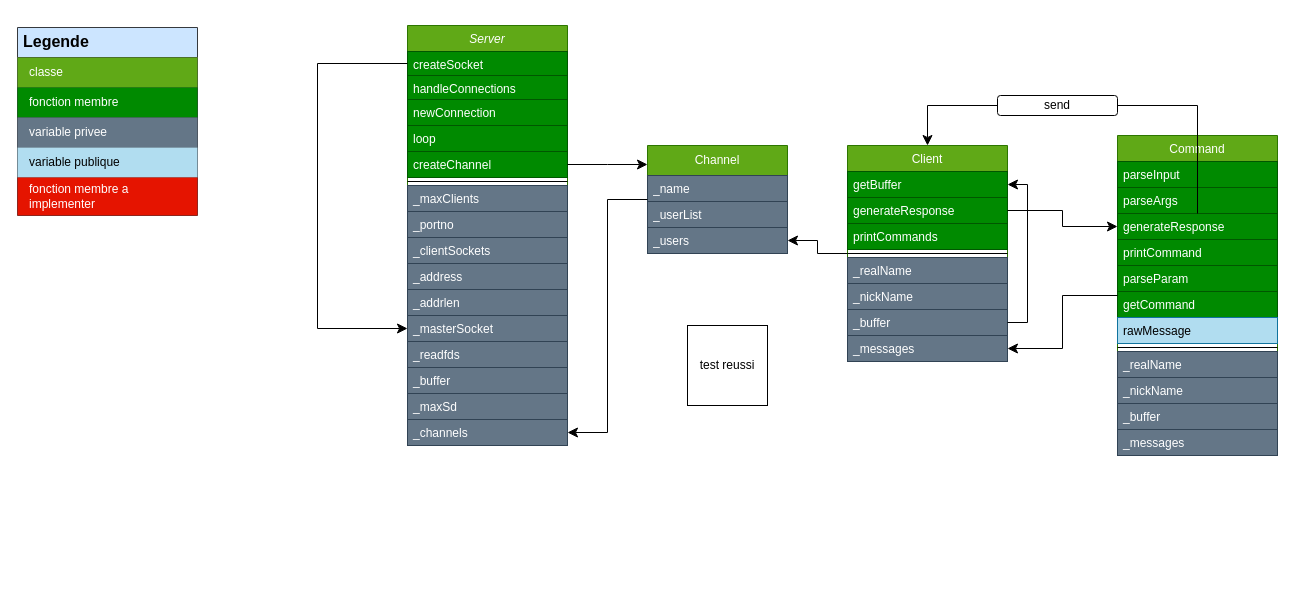
LucasLion/irc keeps this draw.io diagram as irc_diagram.drawio. Above is the earlier version. Source tidied: cells renumbered, new cells numbered last; positions are measured from the earlier drawing's top-left corner, leaving out a move shared by most shapes. Both pictures are drawn from the tidied source at 100%, with x=0, y=0 at pixel (17, 25).
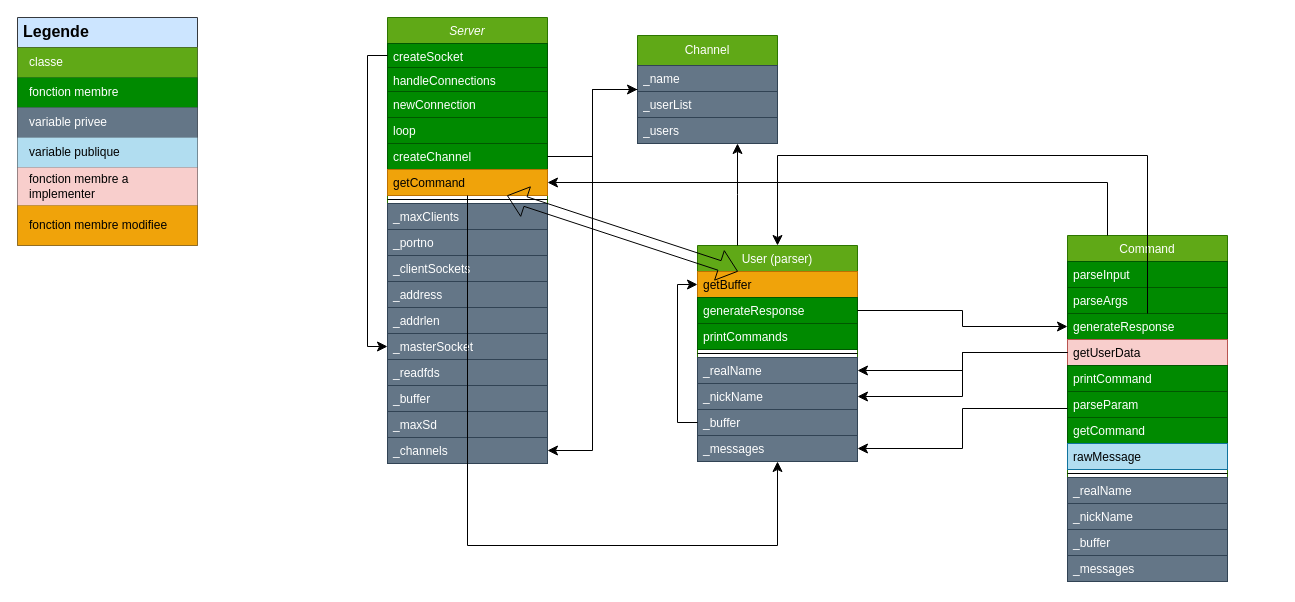
After the change.

Commit message:
Mettre à jour irc_diagram.drawio

The change refers to these unchanged cells:
```xml
<mxCell id="3" value="createSocket&#10;" style="text;align=left;verticalAlign=top;spacingLeft=4;spacingRight=4;overflow=hidden;points=[[0,0.5],[1,0.5]];portConstraint=eastwest;fillColor=#008a00;fontColor=#ffffff;strokeColor=#005700;" parent="2" vertex="1">
  <mxGeometry y="26" width="160" height="24" as="geometry" />
</mxCell>
<mxCell id="25" value="_realName" style="text;align=left;verticalAlign=top;spacingLeft=4;spacingRight=4;overflow=hidden;points=[[0,0.5],[1,0.5]];portConstraint=eastwest;rounded=0;shadow=0;html=0;fillColor=#647687;fontColor=#ffffff;strokeColor=#314354;" parent="20" vertex="1">
  <mxGeometry y="112" width="160" height="26" as="geometry" />
</mxCell>
<mxCell id="26" value="_nickName" style="text;align=left;verticalAlign=top;spacingLeft=4;spacingRight=4;overflow=hidden;points=[[0,0.5],[1,0.5]];portConstraint=eastwest;rounded=0;shadow=0;html=0;fillColor=#647687;fontColor=#ffffff;strokeColor=#314354;" parent="20" vertex="1">
  <mxGeometry y="138" width="160" height="26" as="geometry" />
</mxCell>
<mxCell id="27" value="_buffer" style="text;align=left;verticalAlign=top;spacingLeft=4;spacingRight=4;overflow=hidden;points=[[0,0.5],[1,0.5]];portConstraint=eastwest;rounded=0;shadow=0;html=0;fillColor=#647687;fontColor=#ffffff;strokeColor=#314354;" parent="20" vertex="1">
  <mxGeometry y="164" width="160" height="26" as="geometry" />
</mxCell>
<mxCell id="28" value="_messages" style="text;align=left;verticalAlign=top;spacingLeft=4;spacingRight=4;overflow=hidden;points=[[0,0.5],[1,0.5]];portConstraint=eastwest;rounded=0;shadow=0;html=0;fillColor=#647687;fontColor=#ffffff;strokeColor=#314354;" parent="20" vertex="1">
  <mxGeometry y="190" width="160" height="26" as="geometry" />
</mxCell>
<mxCell id="39" value="generateResponse" style="text;align=left;verticalAlign=top;spacingLeft=4;spacingRight=4;overflow=hidden;points=[[0,0.5],[1,0.5]];portConstraint=eastwest;rounded=0;shadow=0;html=0;fillColor=#008a00;fontColor=#ffffff;strokeColor=#005700;" parent="36" vertex="1">
  <mxGeometry y="78" width="160" height="26" as="geometry" />
</mxCell>
<mxCell id="60" style="shape=tableRow;horizontal=0;startSize=0;swimlaneHead=0;swimlaneBody=0;strokeColor=inherit;top=0;left=0;bottom=0;right=0;fillColor=none;fontSize=12;" parent="51" vertex="1">
  <mxGeometry y="150" width="180" height="38" as="geometry" />
</mxCell>
```

Change to the diagram source:
```diff
@@
     <mxCell id="2" value="Server" style="swimlane;fontStyle=2;align=center;verticalAlign=top;horizontal=1;startSize=26;rounded=0;shadow=0;strokeWidth=1;fillColor=#60a917;fontColor=#ffffff;strokeColor=#2D7600;" parent="1" vertex="1">
-      <mxGeometry x="390" width="160" height="420" as="geometry" />
+      <mxGeometry x="370" y="-8" width="160" height="446" as="geometry" />
     </mxCell>
@@
+    <mxCell id="66" value="getCommand" style="text;align=left;verticalAlign=top;spacingLeft=4;spacingRight=4;overflow=hidden;points=[[0,0.5],[1,0.5]];portConstraint=eastwest;fillColor=#f0a30a;fontColor=#000000;strokeColor=#BD7000;" parent="2" vertex="1">
+      <mxGeometry y="152" width="160" height="26" as="geometry" />
+    </mxCell>
     <mxCell id="8" style="line;html=1;strokeWidth=1;align=left;verticalAlign=middle;spacingTop=-1;spacingLeft=3;spacingRight=3;labelPosition=right;" parent="2" vertex="1">
-      <mxGeometry y="152" width="160" height="8" as="geometry" />
+      <mxGeometry y="178" width="160" height="8" as="geometry" />
     </mxCell>
     <mxCell id="9" value="_maxClients" style="text;align=left;verticalAlign=top;spacingLeft=4;spacingRight=4;overflow=hidden;rounded=0;shadow=0;html=0;fillColor=#647687;fontColor=#ffffff;strokeColor=#314354;" parent="2" vertex="1">
-      <mxGeometry y="160" width="160" height="26" as="geometry" />
+      <mxGeometry y="186" width="160" height="26" as="geometry" />
     </mxCell>
     <mxCell id="10" value="_portno" style="text;align=left;verticalAlign=top;spacingLeft=4;spacingRight=4;overflow=hidden;rounded=0;shadow=0;html=0;fillColor=#647687;fontColor=#ffffff;strokeColor=#314354;" parent="2" vertex="1">
-      <mxGeometry y="186" width="160" height="26" as="geometry" />
+      <mxGeometry y="212" width="160" height="26" as="geometry" />
     </mxCell>
     <mxCell id="11" value="_clientSockets" style="text;align=left;verticalAlign=top;spacingLeft=4;spacingRight=4;overflow=hidden;rounded=0;shadow=0;html=0;fillColor=#647687;fontColor=#ffffff;strokeColor=#314354;" parent="2" vertex="1">
-      <mxGeometry y="212" width="160" height="26" as="geometry" />
+      <mxGeometry y="238" width="160" height="26" as="geometry" />
     </mxCell>
     <mxCell id="12" value="_address" style="text;align=left;verticalAlign=top;spacingLeft=4;spacingRight=4;overflow=hidden;rounded=0;shadow=0;html=0;fillColor=#647687;fontColor=#ffffff;strokeColor=#314354;" parent="2" vertex="1">
-      <mxGeometry y="238" width="160" height="26" as="geometry" />
+      <mxGeometry y="264" width="160" height="26" as="geometry" />
     </mxCell>
     <mxCell id="13" value="_addrlen" style="text;align=left;verticalAlign=top;spacingLeft=4;spacingRight=4;overflow=hidden;rounded=0;shadow=0;html=0;fillColor=#647687;fontColor=#ffffff;strokeColor=#314354;" parent="2" vertex="1">
-      <mxGeometry y="264" width="160" height="26" as="geometry" />
+      <mxGeometry y="290" width="160" height="26" as="geometry" />
     </mxCell>
     <mxCell id="14" value="_masterSocket" style="text;align=left;verticalAlign=top;spacingLeft=4;spacingRight=4;overflow=hidden;points=[[0,0.5],[1,0.5]];portConstraint=eastwest;rounded=0;shadow=0;html=0;fillColor=#647687;fontColor=#ffffff;strokeColor=#314354;" parent="2" vertex="1">
-      <mxGeometry y="290" width="160" height="26" as="geometry" />
+      <mxGeometry y="316" width="160" height="26" as="geometry" />
     </mxCell>
     <mxCell id="15" value="_readfds&#10;" style="text;align=left;verticalAlign=top;spacingLeft=4;spacingRight=4;overflow=hidden;rounded=0;shadow=0;html=0;fillColor=#647687;fontColor=#ffffff;strokeColor=#314354;" parent="2" vertex="1">
-      <mxGeometry y="316" width="160" height="26" as="geometry" />
+      <mxGeometry y="342" width="160" height="26" as="geometry" />
     </mxCell>
     <mxCell id="16" value="_buffer" style="text;align=left;verticalAlign=top;spacingLeft=4;spacingRight=4;overflow=hidden;rounded=0;shadow=0;html=0;fillColor=#647687;fontColor=#ffffff;strokeColor=#314354;" parent="2" vertex="1">
-      <mxGeometry y="342" width="160" height="26" as="geometry" />
+      <mxGeometry y="368" width="160" height="26" as="geometry" />
     </mxCell>
     <mxCell id="17" value="_maxSd" style="text;align=left;verticalAlign=top;spacingLeft=4;spacingRight=4;overflow=hidden;rounded=0;shadow=0;html=0;fillColor=#647687;fontColor=#ffffff;strokeColor=#314354;" parent="2" vertex="1">
-      <mxGeometry y="368" width="160" height="26" as="geometry" />
+      <mxGeometry y="394" width="160" height="26" as="geometry" />
     </mxCell>
     <mxCell id="18" value="_channels" style="text;align=left;verticalAlign=top;spacingLeft=4;spacingRight=4;overflow=hidden;points=[[0,0.5],[1,0.5]];portConstraint=eastwest;rounded=0;shadow=0;html=0;fillColor=#647687;fontColor=#ffffff;strokeColor=#314354;" parent="2" vertex="1">
-      <mxGeometry y="394" width="160" height="26" as="geometry" />
+      <mxGeometry y="420" width="160" height="26" as="geometry" />
     </mxCell>
     <mxCell id="19" style="edgeStyle=elbowEdgeStyle;elbow=horizontal;endArrow=classic;html=1;curved=0;rounded=0;endSize=8;startSize=8;" parent="2" edge="1" source="3" target="14">
       <mxGeometry relative="1" as="geometry">
         <Array as="points">
-          <mxPoint x="-90" y="170" />
+          <mxPoint x="-20" y="190" />
         </Array>
       </mxGeometry>
     </mxCell>
-    <mxCell id="20" value="Client" style="swimlane;fontStyle=0;align=center;verticalAlign=top;horizontal=1;startSize=26;rounded=0;shadow=0;strokeWidth=1;fillColor=#60a917;fontColor=#ffffff;strokeColor=#2D7600;" parent="1" vertex="1">
-      <mxGeometry x="830" y="120" width="160" height="216" as="geometry" />
+    <mxCell id="20" value="User (parser)" style="swimlane;fontStyle=0;align=center;verticalAlign=top;horizontal=1;startSize=26;rounded=0;shadow=0;strokeWidth=1;fillColor=#60a917;fontColor=#ffffff;strokeColor=#2D7600;" parent="1" vertex="1">
+      <mxGeometry x="680" y="220" width="160" height="216" as="geometry" />
     </mxCell>
-    <mxCell id="21" value="getBuffer" style="text;align=left;verticalAlign=top;spacingLeft=4;spacingRight=4;overflow=hidden;points=[[0,0.5],[1,0.5]];portConstraint=eastwest;fillColor=#008a00;fontColor=#ffffff;strokeColor=#005700;" parent="20" vertex="1">
+    <mxCell id="21" value="getBuffer" style="text;align=left;verticalAlign=top;spacingLeft=4;spacingRight=4;overflow=hidden;points=[[0,0.5],[1,0.5]];portConstraint=eastwest;fillColor=#f0a30a;fontColor=#000000;strokeColor=#BD7000;" parent="20" vertex="1">
       <mxGeometry y="26" width="160" height="26" as="geometry" />
     </mxCell>
@@
     <mxCell id="29" style="edgeStyle=elbowEdgeStyle;elbow=horizontal;endArrow=classic;html=1;curved=0;rounded=0;endSize=8;startSize=8;" parent="20" edge="1" source="27" target="21">
       <mxGeometry relative="1" as="geometry">
         <Array as="points">
-          <mxPoint x="180" y="100" />
+          <mxPoint x="-20" y="100" />
           <mxPoint x="170" y="110" />
         </Array>
       </mxGeometry>
     </mxCell>
     <mxCell id="30" value="Channel" style="swimlane;fontStyle=0;horizontal=1;startSize=30;fillColor=#60a917;whiteSpace=wrap;html=1;fontColor=#ffffff;strokeColor=#2D7600;" parent="1" vertex="1">
-      <mxGeometry x="630" y="120" width="140" height="108" as="geometry" />
+      <mxGeometry x="620" y="10" width="140" height="108" as="geometry" />
     </mxCell>
@@
     <mxCell id="36" value="Command" style="swimlane;fontStyle=0;align=center;verticalAlign=top;horizontal=1;startSize=26;rounded=0;shadow=0;strokeWidth=1;fillColor=#60a917;fontColor=#ffffff;strokeColor=#2D7600;" parent="1" vertex="1">
-      <mxGeometry x="1100" y="110" width="160" height="320" as="geometry" />
+      <mxGeometry x="1050" y="210" width="160" height="346" as="geometry" />
     </mxCell>
@@
+    <mxCell id="67" value="getUserData" style="text;align=left;verticalAlign=top;spacingLeft=4;spacingRight=4;overflow=hidden;points=[[0,0.5],[1,0.5]];portConstraint=eastwest;rounded=0;shadow=0;html=0;fillColor=#f8cecc;strokeColor=#b85450;" parent="36" vertex="1">
+      <mxGeometry y="104" width="160" height="26" as="geometry" />
+    </mxCell>
     <mxCell id="40" value="printCommand" style="text;align=left;verticalAlign=top;spacingLeft=4;spacingRight=4;overflow=hidden;rounded=0;shadow=0;html=0;fillColor=#008a00;fontColor=#ffffff;strokeColor=#005700;" parent="36" vertex="1">
-      <mxGeometry y="104" width="160" height="26" as="geometry" />
+      <mxGeometry y="130" width="160" height="26" as="geometry" />
     </mxCell>
     <mxCell id="41" value="parseParam" style="text;align=left;verticalAlign=top;spacingLeft=4;spacingRight=4;overflow=hidden;rounded=0;shadow=0;html=0;fillColor=#008a00;fontColor=#ffffff;strokeColor=#005700;" parent="36" vertex="1">
-      <mxGeometry y="130" width="160" height="26" as="geometry" />
+      <mxGeometry y="156" width="160" height="26" as="geometry" />
     </mxCell>
     <mxCell id="42" value="getCommand" style="text;align=left;verticalAlign=top;spacingLeft=4;spacingRight=4;overflow=hidden;rounded=0;shadow=0;html=0;fillColor=#008a00;fontColor=#ffffff;strokeColor=#005700;" parent="36" vertex="1">
-      <mxGeometry y="156" width="160" height="26" as="geometry" />
+      <mxGeometry y="182" width="160" height="26" as="geometry" />
     </mxCell>
     <mxCell id="43" value="rawMessage" style="text;align=left;verticalAlign=top;spacingLeft=4;spacingRight=4;overflow=hidden;rounded=0;shadow=0;html=0;fillColor=#b1ddf0;strokeColor=#10739e;" parent="36" vertex="1">
-      <mxGeometry y="182" width="160" height="26" as="geometry" />
+      <mxGeometry y="208" width="160" height="26" as="geometry" />
     </mxCell>
     <mxCell id="44" style="line;html=1;strokeWidth=1;align=left;verticalAlign=middle;spacingTop=-1;spacingLeft=3;spacingRight=3;labelPosition=right;" parent="36" vertex="1">
-      <mxGeometry y="208" width="160" height="8" as="geometry" />
+      <mxGeometry y="234" width="160" height="8" as="geometry" />
     </mxCell>
     <mxCell id="45" value="_realName" style="text;align=left;verticalAlign=top;spacingLeft=4;spacingRight=4;overflow=hidden;rounded=0;shadow=0;html=0;fillColor=#647687;fontColor=#ffffff;strokeColor=#314354;" parent="36" vertex="1">
-      <mxGeometry y="216" width="160" height="26" as="geometry" />
+      <mxGeometry y="242" width="160" height="26" as="geometry" />
     </mxCell>
     <mxCell id="46" value="_nickName" style="text;align=left;verticalAlign=top;spacingLeft=4;spacingRight=4;overflow=hidden;rounded=0;shadow=0;html=0;fillColor=#647687;fontColor=#ffffff;strokeColor=#314354;" parent="36" vertex="1">
-      <mxGeometry y="242" width="160" height="26" as="geometry" />
+      <mxGeometry y="268" width="160" height="26" as="geometry" />
     </mxCell>
     <mxCell id="47" value="_buffer" style="text;align=left;verticalAlign=top;spacingLeft=4;spacingRight=4;overflow=hidden;rounded=0;shadow=0;html=0;fillColor=#647687;fontColor=#ffffff;strokeColor=#314354;" parent="36" vertex="1">
-      <mxGeometry y="268" width="160" height="26" as="geometry" />
+      <mxGeometry y="294" width="160" height="26" as="geometry" />
     </mxCell>
     <mxCell id="48" value="_messages" style="text;align=left;verticalAlign=top;spacingLeft=4;spacingRight=4;overflow=hidden;rounded=0;shadow=0;html=0;fillColor=#647687;fontColor=#ffffff;strokeColor=#314354;" parent="36" vertex="1">
-      <mxGeometry y="294" width="160" height="26" as="geometry" />
+      <mxGeometry y="320" width="160" height="26" as="geometry" />
     </mxCell>
@@
     <mxCell id="51" value="Legende" style="shape=table;startSize=30;childLayout=tableLayout;fontSize=16;align=left;verticalAlign=top;fillColor=#cce5ff;strokeColor=#36393d;fontStyle=1;spacingLeft=6;spacing=0;" parent="1" vertex="1">
-      <mxGeometry y="2" width="180" height="188" as="geometry" />
+      <mxGeometry y="-8" width="180" height="228" as="geometry" />
     </mxCell>
@@
-    <mxCell id="61" value="fonction membre a implementer" style="shape=partialRectangle;html=1;whiteSpace=wrap;strokeColor=#B20000;overflow=hidden;fillColor=#e51400;top=0;left=0;bottom=0;right=0;fontSize=12;align=left;spacingLeft=10;spacingRight=4;fontColor=#ffffff;" parent="60" vertex="1">
+    <mxCell id="61" value="fonction membre a implementer" style="shape=partialRectangle;html=1;whiteSpace=wrap;strokeColor=#b85450;overflow=hidden;fillColor=#f8cecc;top=0;left=0;bottom=0;right=0;fontSize=12;align=left;spacingLeft=10;spacingRight=4;" parent="60" vertex="1">
       <mxGeometry width="180" height="38" as="geometry" />
     </mxCell>
+    <mxCell id="68" style="shape=tableRow;horizontal=0;startSize=0;swimlaneHead=0;swimlaneBody=0;strokeColor=inherit;top=0;left=0;bottom=0;right=0;fillColor=none;fontSize=12;" parent="51" vertex="1">
+      <mxGeometry y="188" width="180" height="40" as="geometry" />
+    </mxCell>
+    <mxCell id="69" value="fonction membre modifiee" style="shape=partialRectangle;html=1;whiteSpace=wrap;strokeColor=#BD7000;overflow=hidden;fillColor=#f0a30a;top=0;left=0;bottom=0;right=0;fontSize=12;align=left;spacingLeft=10;spacingRight=4;fontColor=#000000;" parent="68" vertex="1">
+      <mxGeometry width="180" height="40" as="geometry" />
+    </mxCell>
@@
-    <mxCell id="63" style="edgeStyle=elbowEdgeStyle;elbow=horizontal;endArrow=classic;html=1;curved=0;rounded=0;endSize=8;startSize=8;" parent="1" edge="1" source="39" target="20">
+    <mxCell id="63" style="edgeStyle=elbowEdgeStyle;elbow=vertical;endArrow=classic;html=1;curved=0;rounded=0;endSize=8;startSize=8;" parent="1" edge="1" source="39" target="20">
       <mxGeometry relative="1" as="geometry">
         <Array as="points">
-          <mxPoint x="1040" y="80" />
+          <mxPoint x="900" y="130" />
+          <mxPoint x="1090" y="130" />
         </Array>
       </mxGeometry>
     </mxCell>
-    <mxCell id="64" value="send" style="rounded=1;whiteSpace=wrap;html=1;" parent="1" vertex="1">
-      <mxGeometry x="980" y="70" width="120" height="20" as="geometry" />
-    </mxCell>
-    <mxCell id="65" value="test reussi" style="whiteSpace=wrap;html=1;" parent="1" vertex="1">
-      <mxGeometry x="670" y="300" width="80" height="80" as="geometry" />
-    </mxCell>
+    <mxCell id="70" style="edgeStyle=elbowEdgeStyle;elbow=horizontal;endArrow=classic;html=1;curved=0;rounded=0;endSize=8;startSize=8;" parent="1" edge="1" source="67" target="25">
+      <mxGeometry relative="1" as="geometry" />
+    </mxCell>
+    <mxCell id="71" style="edgeStyle=elbowEdgeStyle;elbow=horizontal;endArrow=classic;html=1;curved=0;rounded=0;endSize=8;startSize=8;exitX=0;exitY=0.5;exitDx=0;exitDy=0;" parent="1" edge="1" source="67" target="26">
+      <mxGeometry relative="1" as="geometry" />
+    </mxCell>
+    <mxCell id="72" style="shape=flexArrow;endArrow=classic;startArrow=classic;html=1;rounded=0;" parent="1" edge="1" source="66" target="21">
+      <mxGeometry relative="1" as="geometry" />
+    </mxCell>
+    <mxCell id="73" style="edgeStyle=elbowEdgeStyle;elbow=horizontal;endArrow=classic;html=1;curved=0;rounded=0;endSize=8;startSize=8;" parent="1" edge="1" source="36" target="66">
+      <mxGeometry relative="1" as="geometry">
+        <Array as="points">
+          <mxPoint x="1090" y="190" />
+        </Array>
+      </mxGeometry>
+    </mxCell>
+    <mxCell id="74" style="edgeStyle=elbowEdgeStyle;elbow=horizontal;endArrow=classic;html=1;curved=0;rounded=0;endSize=8;startSize=8;" parent="1" edge="1" source="66" target="28">
+      <mxGeometry relative="1" as="geometry">
+        <Array as="points">
+          <mxPoint x="570" y="520" />
+        </Array>
+      </mxGeometry>
+    </mxCell>
```
